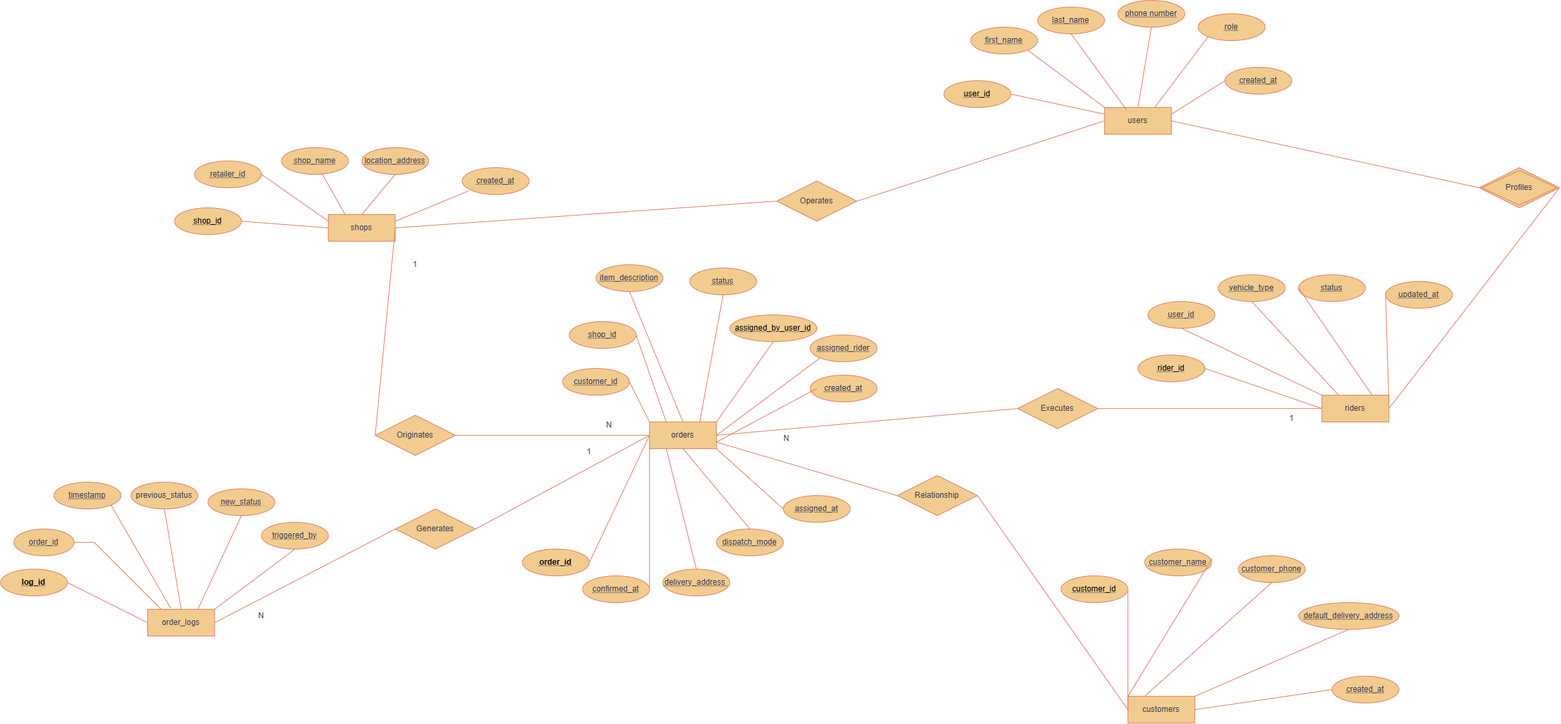
Above: docs/erd-diagram.drawio.png in titan-devs/reflex-logistics (draw.io), before the change. Source tidied: cells renumbered, new cells last; positions are measured from the earlier drawing's top-left corner, leaving out a move shared by most shapes.
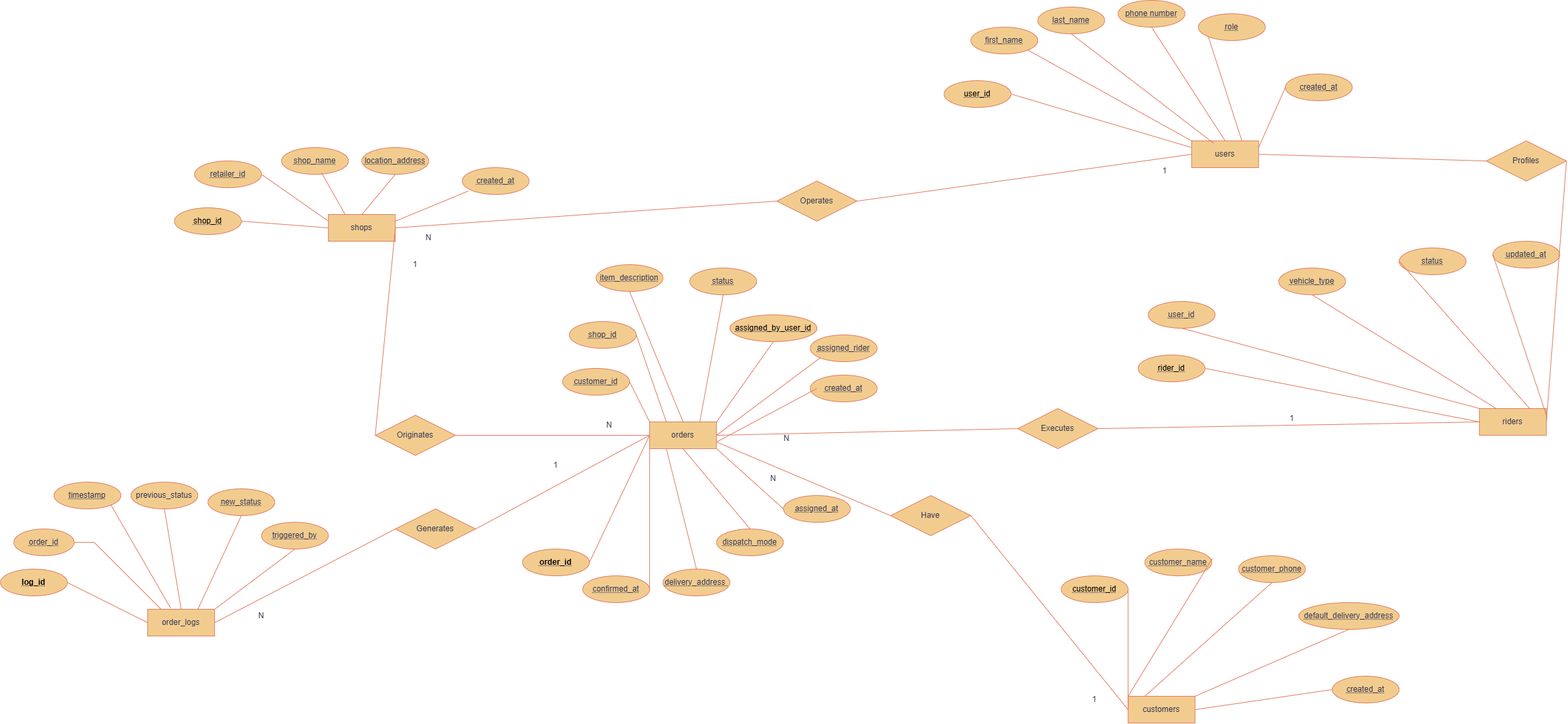
After the commit.

Commit message:
Update cardinality for entities in erd-diagram.drawio.png

What changed in the source:
```diff
@@ -6,7 +6,7 @@
       <mxGeometry x="970" y="630" width="100" height="40" as="geometry" />
     </mxCell>
     <mxCell id="3" value="users" style="whiteSpace=wrap;html=1;align=center;labelBackgroundColor=none;fillColor=#F2CC8F;strokeColor=#E07A5F;fontColor=#393C56;" parent="1" vertex="1">
-      <mxGeometry x="1650" y="160" width="100" height="40" as="geometry" />
+      <mxGeometry x="1780" y="210" width="100" height="40" as="geometry" />
     </mxCell>
     <mxCell id="4" value="customers" style="whiteSpace=wrap;html=1;align=center;labelBackgroundColor=none;fillColor=#F2CC8F;strokeColor=#E07A5F;fontColor=#393C56;" parent="1" vertex="1">
       <mxGeometry x="1685" y="1040" width="100" height="40" as="geometry" />
@@ -15,7 +15,7 @@
       <mxGeometry x="490" y="320" width="100" height="40" as="geometry" />
     </mxCell>
     <mxCell id="6" value="riders" style="whiteSpace=wrap;html=1;align=center;labelBackgroundColor=none;fillColor=#F2CC8F;strokeColor=#E07A5F;fontColor=#393C56;" parent="1" vertex="1">
-      <mxGeometry x="1975" y="590" width="100" height="40" as="geometry" />
+      <mxGeometry x="2210" y="610" width="100" height="40" as="geometry" />
     </mxCell>
     <mxCell id="7" value="order_logs" style="whiteSpace=wrap;html=1;align=center;labelBackgroundColor=none;fillColor=#F2CC8F;strokeColor=#E07A5F;fontColor=#393C56;" parent="1" vertex="1">
       <mxGeometry x="220" y="910" width="100" height="40" as="geometry" />
@@ -57,13 +57,13 @@
       <mxGeometry x="1715" y="450" width="100" height="40" as="geometry" />
     </mxCell>
     <mxCell id="20" value="vehicle_type" style="ellipse;whiteSpace=wrap;html=1;align=center;fontStyle=20;labelBackgroundColor=none;fillColor=#F2CC8F;strokeColor=#E07A5F;fontColor=#393C56;" parent="1" vertex="1">
-      <mxGeometry x="1820" y="410" width="100" height="40" as="geometry" />
+      <mxGeometry x="1910" y="400" width="100" height="40" as="geometry" />
     </mxCell>
     <mxCell id="21" value="status" style="ellipse;whiteSpace=wrap;html=1;align=center;fontStyle=20;labelBackgroundColor=none;fillColor=#F2CC8F;strokeColor=#E07A5F;fontColor=#393C56;" parent="1" vertex="1">
-      <mxGeometry x="1940" y="410" width="100" height="40" as="geometry" />
+      <mxGeometry x="2090" y="370" width="100" height="40" as="geometry" />
     </mxCell>
     <mxCell id="22" value="updated_at" style="ellipse;whiteSpace=wrap;html=1;align=center;fontStyle=20;labelBackgroundColor=none;fillColor=#F2CC8F;strokeColor=#E07A5F;fontColor=#393C56;" parent="1" vertex="1">
-      <mxGeometry x="2070" y="420" width="100" height="40" as="geometry" />
+      <mxGeometry x="2230" y="360" width="100" height="40" as="geometry" />
     </mxCell>
     <mxCell id="23" value="&lt;span style=&quot;color: light-dark(rgb(0, 0, 0), rgb(0, 255, 255));&quot;&gt;rider_id&lt;/span&gt;" style="ellipse;whiteSpace=wrap;html=1;align=center;fontStyle=20;labelBackgroundColor=none;fillColor=#F2CC8F;strokeColor=#E07A5F;fontColor=#393C56;" parent="1" vertex="1">
       <mxGeometry x="1700" y="530" width="100" height="40" as="geometry" />
@@ -233,7 +233,7 @@
       <mxGeometry x="1790" y="20" width="100" height="40" as="geometry" />
     </mxCell>
     <mxCell id="78" value="created_at" style="ellipse;whiteSpace=wrap;html=1;align=center;fontStyle=20;labelBackgroundColor=none;fillColor=#F2CC8F;strokeColor=#E07A5F;fontColor=#393C56;" parent="1" vertex="1">
-      <mxGeometry x="1830" y="100" width="100" height="40" as="geometry" />
+      <mxGeometry x="1920" y="110" width="100" height="40" as="geometry" />
     </mxCell>
     <mxCell id="79" style="endArrow=none;html=1;rounded=0;exitX=1;exitY=0.5;exitDx=0;exitDy=0;entryX=0;entryY=0.25;entryDx=0;entryDy=0;labelBackgroundColor=none;fontColor=default;strokeColor=#E07A5F;" parent="1" edge="1" source="74" target="3">
       <mxGeometry relative="1" as="geometry" />
@@ -253,80 +253,92 @@
     <mxCell id="84" style="endArrow=none;html=1;rounded=0;entryX=0;entryY=0.5;entryDx=0;entryDy=0;exitX=1;exitY=0.25;exitDx=0;exitDy=0;labelBackgroundColor=none;fontColor=default;strokeColor=#E07A5F;" parent="1" edge="1" source="3" target="78">
       <mxGeometry relative="1" as="geometry" />
     </mxCell>
-    <mxCell id="85" style="endArrow=none;html=1;rounded=0;strokeColor=#E07A5F;fontColor=#393C56;fillColor=#F2CC8F;exitX=1;exitY=0.75;exitDx=0;exitDy=0;entryX=0;entryY=0.5;entryDx=0;entryDy=0;" parent="1" edge="1" source="2" target="103">
+    <mxCell id="85" style="endArrow=none;html=1;rounded=0;strokeColor=#E07A5F;fontColor=default;fillColor=#F2CC8F;exitX=1;exitY=0.75;exitDx=0;exitDy=0;entryX=0;entryY=0.5;entryDx=0;entryDy=0;labelBackgroundColor=none;" parent="1" edge="1" source="2" target="103">
       <mxGeometry relative="1" as="geometry" />
     </mxCell>
-    <mxCell id="86" style="endArrow=none;html=1;rounded=0;strokeColor=#E07A5F;fontColor=#393C56;fillColor=#F2CC8F;entryX=0;entryY=0.5;entryDx=0;entryDy=0;exitX=1;exitY=0.5;exitDx=0;exitDy=0;" parent="1" edge="1" source="103" target="4">
+    <mxCell id="86" style="endArrow=none;html=1;rounded=0;strokeColor=#E07A5F;fontColor=default;fillColor=#F2CC8F;entryX=0;entryY=0.5;entryDx=0;entryDy=0;exitX=1;exitY=0.5;exitDx=0;exitDy=0;labelBackgroundColor=none;" parent="1" edge="1" source="103" target="4">
       <mxGeometry relative="1" as="geometry" />
     </mxCell>
-    <mxCell id="87" value="Profiles" style="shape=rhombus;double=1;perimeter=rhombusPerimeter;whiteSpace=wrap;html=1;align=center;strokeColor=#E07A5F;fontColor=#393C56;fillColor=#F2CC8F;" parent="1" vertex="1">
-      <mxGeometry x="2210" y="250" width="120" height="60" as="geometry" />
-    </mxCell>
-    <mxCell id="88" style="endArrow=none;html=1;rounded=0;strokeColor=#E07A5F;fontColor=#393C56;fillColor=#F2CC8F;exitX=1;exitY=0.5;exitDx=0;exitDy=0;entryX=0;entryY=0.5;entryDx=0;entryDy=0;" parent="1" edge="1" source="5" target="104">
+    <mxCell id="88" style="endArrow=none;html=1;rounded=0;strokeColor=#E07A5F;fontColor=default;fillColor=#F2CC8F;exitX=1;exitY=0.5;exitDx=0;exitDy=0;entryX=0;entryY=0.5;entryDx=0;entryDy=0;labelBackgroundColor=none;" parent="1" edge="1" source="5" target="104">
       <mxGeometry relative="1" as="geometry" />
     </mxCell>
-    <mxCell id="89" style="endArrow=none;html=1;rounded=0;strokeColor=#E07A5F;fontColor=#393C56;fillColor=#F2CC8F;exitX=1;exitY=0.5;exitDx=0;exitDy=0;entryX=0;entryY=0.5;entryDx=0;entryDy=0;" parent="1" edge="1" source="104" target="2">
+    <mxCell id="89" style="endArrow=none;html=1;rounded=0;strokeColor=#E07A5F;fontColor=default;fillColor=#F2CC8F;exitX=1;exitY=0.5;exitDx=0;exitDy=0;entryX=0;entryY=0.5;entryDx=0;entryDy=0;labelBackgroundColor=none;" parent="1" edge="1" source="104" target="2">
       <mxGeometry relative="1" as="geometry" />
     </mxCell>
-    <mxCell id="90" style="endArrow=none;html=1;rounded=0;strokeColor=#E07A5F;fontColor=#393C56;fillColor=#F2CC8F;entryX=0;entryY=0.5;entryDx=0;entryDy=0;exitX=1;exitY=0.5;exitDx=0;exitDy=0;" parent="1" edge="1" source="5" target="105">
+    <mxCell id="90" style="endArrow=none;html=1;rounded=0;strokeColor=#E07A5F;fontColor=default;fillColor=#F2CC8F;entryX=0;entryY=0.5;entryDx=0;entryDy=0;exitX=1;exitY=0.5;exitDx=0;exitDy=0;labelBackgroundColor=none;" parent="1" edge="1" source="5" target="105">
       <mxGeometry relative="1" as="geometry" />
     </mxCell>
-    <mxCell id="91" style="endArrow=none;html=1;rounded=0;strokeColor=#E07A5F;fontColor=#393C56;fillColor=#F2CC8F;entryX=1;entryY=0.5;entryDx=0;entryDy=0;exitX=0;exitY=0.5;exitDx=0;exitDy=0;" parent="1" edge="1" source="3" target="105">
+    <mxCell id="91" style="endArrow=none;html=1;rounded=0;strokeColor=#E07A5F;fontColor=default;fillColor=#F2CC8F;entryX=1;entryY=0.5;entryDx=0;entryDy=0;exitX=0;exitY=0.5;exitDx=0;exitDy=0;labelBackgroundColor=none;" parent="1" edge="1" source="3" target="105">
       <mxGeometry relative="1" as="geometry" />
     </mxCell>
-    <mxCell id="92" value="Executes" style="shape=rhombus;perimeter=rhombusPerimeter;whiteSpace=wrap;html=1;align=center;strokeColor=#E07A5F;fontColor=#393C56;fillColor=#F2CC8F;" parent="1" vertex="1">
-      <mxGeometry x="1520" y="580" width="120" height="60" as="geometry" />
+    <mxCell id="92" value="Executes" style="shape=rhombus;perimeter=rhombusPerimeter;whiteSpace=wrap;html=1;align=center;strokeColor=#E07A5F;fontColor=#393C56;fillColor=#F2CC8F;labelBackgroundColor=none;" parent="1" vertex="1">
+      <mxGeometry x="1520" y="610" width="120" height="60" as="geometry" />
     </mxCell>
-    <mxCell id="93" style="endArrow=none;html=1;rounded=0;strokeColor=#E07A5F;fontColor=#393C56;fillColor=#F2CC8F;exitX=1;exitY=0.5;exitDx=0;exitDy=0;entryX=0;entryY=0.5;entryDx=0;entryDy=0;" parent="1" edge="1" source="2" target="92">
+    <mxCell id="93" style="endArrow=none;html=1;rounded=0;strokeColor=#E07A5F;fontColor=default;fillColor=#F2CC8F;exitX=1;exitY=0.5;exitDx=0;exitDy=0;entryX=0;entryY=0.5;entryDx=0;entryDy=0;labelBackgroundColor=none;" parent="1" edge="1" source="2" target="92">
       <mxGeometry relative="1" as="geometry" />
     </mxCell>
-    <mxCell id="94" style="endArrow=none;html=1;rounded=0;strokeColor=#E07A5F;fontColor=#393C56;fillColor=#F2CC8F;entryX=0;entryY=0.5;entryDx=0;entryDy=0;exitX=1;exitY=0.5;exitDx=0;exitDy=0;" parent="1" edge="1" source="92" target="6">
+    <mxCell id="94" style="endArrow=none;html=1;rounded=0;strokeColor=#E07A5F;fontColor=default;fillColor=#F2CC8F;entryX=0;entryY=0.5;entryDx=0;entryDy=0;exitX=1;exitY=0.5;exitDx=0;exitDy=0;labelBackgroundColor=none;" parent="1" edge="1" source="92" target="6">
       <mxGeometry relative="1" as="geometry" />
     </mxCell>
-    <mxCell id="95" style="endArrow=none;html=1;rounded=0;strokeColor=#E07A5F;fontColor=#393C56;fillColor=#F2CC8F;entryX=1;entryY=0.5;entryDx=0;entryDy=0;exitX=0;exitY=0.5;exitDx=0;exitDy=0;" parent="1" edge="1" source="87" target="3">
+    <mxCell id="95" style="endArrow=none;html=1;rounded=0;strokeColor=#E07A5F;fontColor=default;fillColor=#F2CC8F;entryX=1;entryY=0.5;entryDx=0;entryDy=0;exitX=0;exitY=0.5;exitDx=0;exitDy=0;labelBackgroundColor=none;" parent="1" edge="1" source="87" target="3">
       <mxGeometry relative="1" as="geometry" />
     </mxCell>
-    <mxCell id="96" style="endArrow=none;html=1;rounded=0;strokeColor=#E07A5F;fontColor=#393C56;fillColor=#F2CC8F;entryX=1;entryY=0.5;entryDx=0;entryDy=0;exitX=1;exitY=0.5;exitDx=0;exitDy=0;" parent="1" edge="1" source="6" target="87">
+    <mxCell id="96" style="endArrow=none;html=1;rounded=0;strokeColor=#E07A5F;fontColor=default;fillColor=#F2CC8F;entryX=1;entryY=0.5;entryDx=0;entryDy=0;exitX=1;exitY=0.5;exitDx=0;exitDy=0;labelBackgroundColor=none;" parent="1" edge="1" source="6" target="87">
       <mxGeometry relative="1" as="geometry" />
     </mxCell>
-    <mxCell id="97" value="Generates" style="shape=rhombus;perimeter=rhombusPerimeter;whiteSpace=wrap;html=1;align=center;strokeColor=#E07A5F;fontColor=#393C56;fillColor=#F2CC8F;" parent="1" vertex="1">
+    <mxCell id="97" value="Generates" style="shape=rhombus;perimeter=rhombusPerimeter;whiteSpace=wrap;html=1;align=center;strokeColor=#E07A5F;fontColor=#393C56;fillColor=#F2CC8F;labelBackgroundColor=none;" parent="1" vertex="1">
       <mxGeometry x="590" y="760" width="120" height="60" as="geometry" />
     </mxCell>
-    <mxCell id="98" style="endArrow=none;html=1;rounded=0;strokeColor=#E07A5F;fontColor=#393C56;fillColor=#F2CC8F;entryX=0;entryY=0.5;entryDx=0;entryDy=0;exitX=1;exitY=0.5;exitDx=0;exitDy=0;" parent="1" edge="1" source="97" target="2">
+    <mxCell id="98" style="endArrow=none;html=1;rounded=0;strokeColor=#E07A5F;fontColor=default;fillColor=#F2CC8F;entryX=0;entryY=0.5;entryDx=0;entryDy=0;exitX=1;exitY=0.5;exitDx=0;exitDy=0;labelBackgroundColor=none;" parent="1" edge="1" source="97" target="2">
       <mxGeometry relative="1" as="geometry" />
     </mxCell>
-    <mxCell id="99" style="endArrow=none;html=1;rounded=0;strokeColor=#E07A5F;fontColor=#393C56;fillColor=#F2CC8F;entryX=0;entryY=0.5;entryDx=0;entryDy=0;exitX=1;exitY=0.5;exitDx=0;exitDy=0;" parent="1" edge="1" source="7" target="97">
+    <mxCell id="99" style="endArrow=none;html=1;rounded=0;strokeColor=#E07A5F;fontColor=default;fillColor=#F2CC8F;entryX=0;entryY=0.5;entryDx=0;entryDy=0;exitX=1;exitY=0.5;exitDx=0;exitDy=0;labelBackgroundColor=none;" parent="1" edge="1" source="7" target="97">
       <mxGeometry relative="1" as="geometry" />
     </mxCell>
-    <mxCell id="100" style="endArrow=none;html=1;rounded=0;strokeColor=#E07A5F;fontColor=#393C56;fillColor=#F2CC8F;entryX=1;entryY=1;entryDx=0;entryDy=0;exitX=0.342;exitY=-0.044;exitDx=0;exitDy=0;exitPerimeter=0;" parent="1" edge="1" source="7" target="15">
+    <mxCell id="100" style="endArrow=none;html=1;rounded=0;strokeColor=#E07A5F;fontColor=default;fillColor=#F2CC8F;entryX=1;entryY=1;entryDx=0;entryDy=0;exitX=0.342;exitY=-0.044;exitDx=0;exitDy=0;exitPerimeter=0;labelBackgroundColor=none;" parent="1" edge="1" source="7" target="15">
       <mxGeometry relative="1" as="geometry" />
     </mxCell>
-    <mxCell id="101" value="1" style="text;html=1;whiteSpace=wrap;strokeColor=none;fillColor=none;align=center;verticalAlign=middle;rounded=0;fontColor=#393C56;" parent="1" vertex="1">
-      <mxGeometry x="850" y="660" width="60" height="30" as="geometry" />
+    <mxCell id="101" value="1" style="text;html=1;whiteSpace=wrap;strokeColor=none;fillColor=none;align=center;verticalAlign=middle;rounded=0;fontColor=#393C56;labelBackgroundColor=none;" parent="1" vertex="1">
+      <mxGeometry x="800" y="680" width="60" height="30" as="geometry" />
     </mxCell>
-    <mxCell id="102" value="N" style="text;html=1;whiteSpace=wrap;strokeColor=none;fillColor=none;align=center;verticalAlign=middle;rounded=0;fontColor=#393C56;" parent="1" vertex="1">
+    <mxCell id="102" value="N" style="text;html=1;whiteSpace=wrap;strokeColor=none;fillColor=none;align=center;verticalAlign=middle;rounded=0;fontColor=#393C56;labelBackgroundColor=none;" parent="1" vertex="1">
       <mxGeometry x="360" y="905" width="60" height="30" as="geometry" />
     </mxCell>
-    <mxCell id="103" value="Relationship" style="shape=rhombus;perimeter=rhombusPerimeter;whiteSpace=wrap;html=1;align=center;strokeColor=#E07A5F;fontColor=#393C56;fillColor=#F2CC8F;" parent="1" vertex="1">
-      <mxGeometry x="1340" y="710" width="120" height="60" as="geometry" />
+    <mxCell id="103" value="Have" style="shape=rhombus;perimeter=rhombusPerimeter;whiteSpace=wrap;html=1;align=center;strokeColor=#E07A5F;fontColor=#393C56;fillColor=#F2CC8F;labelBackgroundColor=none;" parent="1" vertex="1">
+      <mxGeometry x="1330" y="740" width="120" height="60" as="geometry" />
     </mxCell>
-    <mxCell id="104" value="Originates" style="shape=rhombus;perimeter=rhombusPerimeter;whiteSpace=wrap;html=1;align=center;strokeColor=#E07A5F;fontColor=#393C56;fillColor=#F2CC8F;" parent="1" vertex="1">
+    <mxCell id="104" value="Originates" style="shape=rhombus;perimeter=rhombusPerimeter;whiteSpace=wrap;html=1;align=center;strokeColor=#E07A5F;fontColor=#393C56;fillColor=#F2CC8F;labelBackgroundColor=none;" parent="1" vertex="1">
       <mxGeometry x="560" y="620" width="120" height="60" as="geometry" />
     </mxCell>
-    <mxCell id="105" value="Operates" style="shape=rhombus;perimeter=rhombusPerimeter;whiteSpace=wrap;html=1;align=center;strokeColor=#E07A5F;fontColor=#393C56;fillColor=#F2CC8F;" parent="1" vertex="1">
+    <mxCell id="105" value="Operates" style="shape=rhombus;perimeter=rhombusPerimeter;whiteSpace=wrap;html=1;align=center;strokeColor=#E07A5F;fontColor=#393C56;fillColor=#F2CC8F;labelBackgroundColor=none;" parent="1" vertex="1">
       <mxGeometry x="1160" y="270" width="120" height="60" as="geometry" />
     </mxCell>
-    <mxCell id="106" value="1" style="text;html=1;whiteSpace=wrap;strokeColor=none;fillColor=none;align=center;verticalAlign=middle;rounded=0;fontColor=#393C56;" parent="1" vertex="1">
+    <mxCell id="106" value="1" style="text;html=1;whiteSpace=wrap;strokeColor=none;fillColor=none;align=center;verticalAlign=middle;rounded=0;fontColor=#393C56;labelBackgroundColor=none;" parent="1" vertex="1">
       <mxGeometry x="590" y="380" width="60" height="30" as="geometry" />
     </mxCell>
-    <mxCell id="107" value="N" style="text;html=1;whiteSpace=wrap;strokeColor=none;fillColor=none;align=center;verticalAlign=middle;rounded=0;fontColor=#393C56;" parent="1" vertex="1">
+    <mxCell id="107" value="N" style="text;html=1;whiteSpace=wrap;strokeColor=none;fillColor=none;align=center;verticalAlign=middle;rounded=0;fontColor=#393C56;labelBackgroundColor=none;" parent="1" vertex="1">
       <mxGeometry x="880" y="620" width="60" height="30" as="geometry" />
     </mxCell>
-    <mxCell id="108" value="1" style="text;html=1;whiteSpace=wrap;strokeColor=none;fillColor=none;align=center;verticalAlign=middle;rounded=0;fontColor=#393C56;" parent="1" vertex="1">
+    <mxCell id="108" value="1" style="text;html=1;whiteSpace=wrap;strokeColor=none;fillColor=none;align=center;verticalAlign=middle;rounded=0;fontColor=#393C56;labelBackgroundColor=none;" parent="1" vertex="1">
       <mxGeometry x="1900" y="610" width="60" height="30" as="geometry" />
     </mxCell>
-    <mxCell id="109" value="N" style="text;html=1;whiteSpace=wrap;strokeColor=none;fillColor=none;align=center;verticalAlign=middle;rounded=0;fontColor=#393C56;" parent="1" vertex="1">
+    <mxCell id="109" value="N" style="text;html=1;whiteSpace=wrap;strokeColor=none;fillColor=none;align=center;verticalAlign=middle;rounded=0;fontColor=#393C56;labelBackgroundColor=none;" parent="1" vertex="1">
       <mxGeometry x="1145" y="640" width="60" height="30" as="geometry" />
     </mxCell>
+    <mxCell id="87" value="Profiles" style="shape=rhombus;perimeter=rhombusPerimeter;whiteSpace=wrap;html=1;align=center;labelBackgroundColor=none;fillColor=#F2CC8F;strokeColor=#E07A5F;fontColor=#393C56;" parent="1" vertex="1">
+      <mxGeometry x="2220" y="210" width="120" height="60" as="geometry" />
+    </mxCell>
+    <mxCell id="110" value="1" style="text;html=1;whiteSpace=wrap;strokeColor=none;fillColor=none;align=center;verticalAlign=middle;rounded=0;labelBackgroundColor=none;fontColor=#393C56;" parent="1" vertex="1">
+      <mxGeometry x="1605" y="1030" width="60" height="30" as="geometry" />
+    </mxCell>
+    <mxCell id="111" value="N" style="text;html=1;whiteSpace=wrap;strokeColor=none;fillColor=none;align=center;verticalAlign=middle;rounded=0;labelBackgroundColor=none;fontColor=#393C56;" parent="1" vertex="1">
+      <mxGeometry x="1125" y="700" width="60" height="30" as="geometry" />
+    </mxCell>
+    <mxCell id="112" value="1" style="text;html=1;whiteSpace=wrap;strokeColor=none;fillColor=none;align=center;verticalAlign=middle;rounded=0;labelBackgroundColor=none;fontColor=#393C56;" parent="1" vertex="1">
+      <mxGeometry x="1710" y="240" width="60" height="30" as="geometry" />
+    </mxCell>
+    <mxCell id="113" value="N" style="text;html=1;whiteSpace=wrap;strokeColor=none;fillColor=none;align=center;verticalAlign=middle;rounded=0;labelBackgroundColor=none;fontColor=#393C56;" parent="1" vertex="1">
+      <mxGeometry x="610" y="340" width="60" height="30" as="geometry" />
+    </mxCell>
   </root>
 </mxGraphModel>
```
